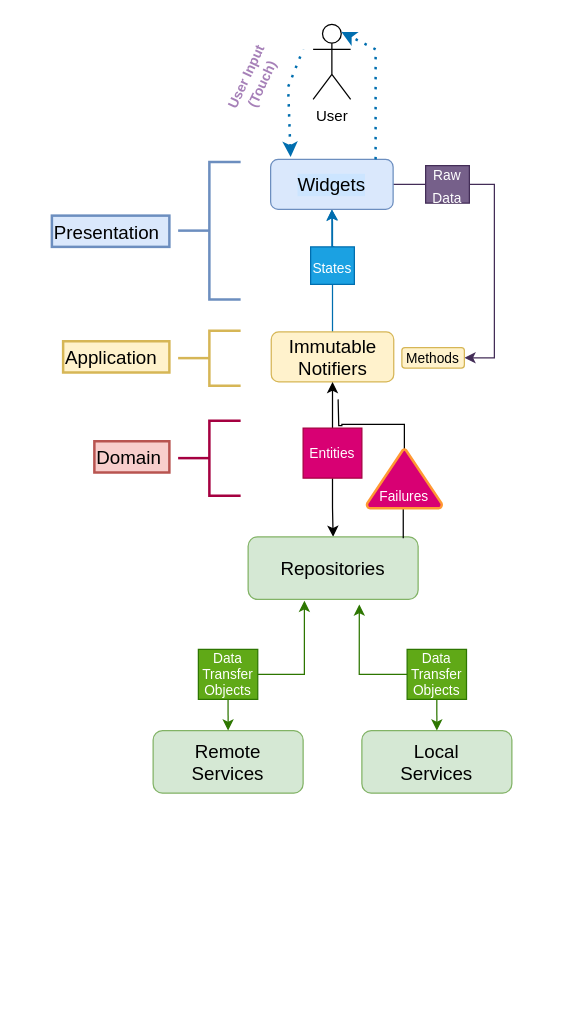
Before: flutter_architecture.drawio in jeks0n/flutter_architecture, a draw.io diagram. Source tidied: cells renumbered, new cells numbered last; positions are measured from the earlier drawing's top-left corner, leaving out a move shared by most shapes. Both pictures are drawn from the tidied source at 125%, with x=0, y=0 at pixel (51, 24).
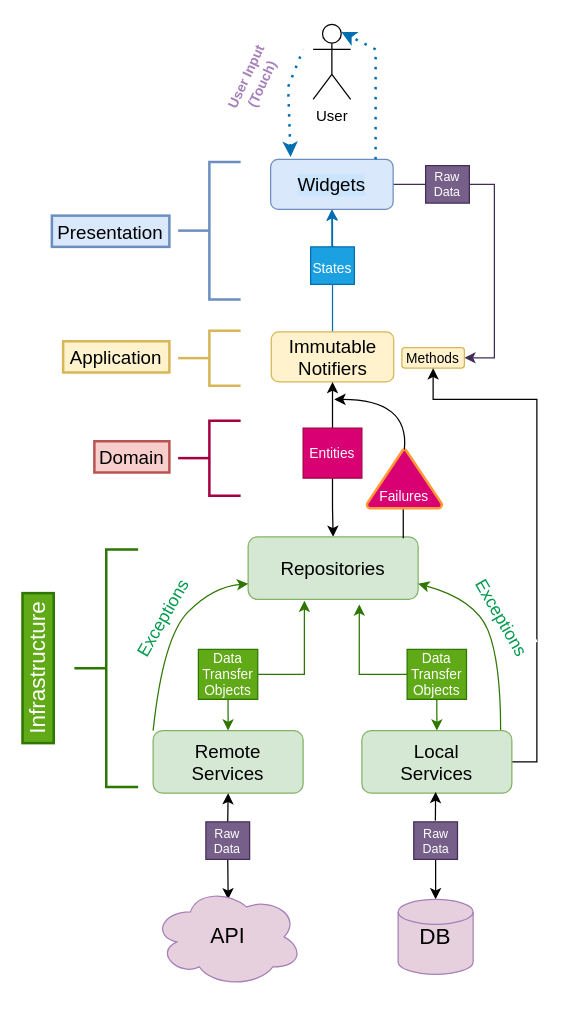
The same diagram, later.

The change refers to these unchanged cells:
```xml
<mxCell id="16" value="Methods" style="whiteSpace=wrap;html=1;fontSize=11;fillColor=#fff2cc;strokeColor=#d6b656;rounded=1;labelBackgroundColor=none;" parent="1" vertex="1">
  <mxGeometry x="280" y="258.5" width="50" height="16.5" as="geometry" />
</mxCell>
<mxCell id="25" value="&lt;font style=&quot;font-size: 15px;&quot;&gt;Repositories&lt;br&gt;&lt;/font&gt;" style="rounded=1;whiteSpace=wrap;html=1;labelBackgroundColor=none;fontSize=11;fillColor=#d5e8d4;strokeColor=#82b366;" parent="1" vertex="1">
  <mxGeometry x="157" y="410" width="136" height="50" as="geometry" />
</mxCell>
<mxCell id="28" value="Failures" style="strokeWidth=2;html=1;shape=mxgraph.flowchart.extract_or_measurement;whiteSpace=wrap;labelBackgroundColor=none;fontSize=11;fontColor=#ffffff;fillColor=#d80073;strokeColor=#FF9933;verticalAlign=bottom;" parent="1" vertex="1">
  <mxGeometry x="252" y="340" width="60" height="47" as="geometry" />
</mxCell>
<mxCell id="29" value="&lt;font style=&quot;font-size: 15px;&quot;&gt;Remote&lt;br&gt;Services&lt;br&gt;&lt;/font&gt;" style="rounded=1;whiteSpace=wrap;html=1;labelBackgroundColor=none;fontSize=11;fillColor=#d5e8d4;strokeColor=#82b366;" parent="1" vertex="1">
  <mxGeometry x="81" y="565" width="120" height="50" as="geometry" />
</mxCell>
<mxCell id="30" value="&lt;font style=&quot;font-size: 15px;&quot;&gt;Local&lt;br&gt;Services&lt;br&gt;&lt;/font&gt;" style="rounded=1;whiteSpace=wrap;html=1;labelBackgroundColor=none;fontSize=11;fillColor=#d5e8d4;strokeColor=#82b366;" parent="1" vertex="1">
  <mxGeometry x="248" y="565" width="120" height="50" as="geometry" />
</mxCell>
```

The edit, as a diff of the source:
```diff
@@
-    <mxCell id="4" value="&lt;font color=&quot;#000000&quot; style=&quot;font-size: 15px;&quot;&gt;Presentation&lt;/font&gt;" style="whiteSpace=wrap;html=1;align=left;fillColor=#dae8fc;strokeColor=#6c8ebf;strokeWidth=2;" parent="1" vertex="1">
+    <mxCell id="4" value="&lt;font color=&quot;#000000&quot; style=&quot;font-size: 15px;&quot;&gt;Presentation&lt;/font&gt;" style="whiteSpace=wrap;html=1;align=center;fillColor=#dae8fc;strokeColor=#6c8ebf;strokeWidth=2;" parent="1" vertex="1">
       <mxGeometry y="153" width="94" height="25" as="geometry" />
     </mxCell>
@@
-    <mxCell id="13" value="&lt;font color=&quot;#000000&quot; style=&quot;font-size: 15px;&quot;&gt;Application&lt;/font&gt;" style="whiteSpace=wrap;html=1;align=left;fillColor=#fff2cc;strokeColor=#d6b656;strokeWidth=2;" parent="1" vertex="1">
+    <mxCell id="13" value="&lt;font color=&quot;#000000&quot; style=&quot;font-size: 15px;&quot;&gt;Application&lt;/font&gt;" style="whiteSpace=wrap;html=1;align=center;fillColor=#fff2cc;strokeColor=#d6b656;strokeWidth=2;" parent="1" vertex="1">
       <mxGeometry x="9" y="253.5" width="85" height="25" as="geometry" />
     </mxCell>
@@
-    <mxCell id="15" value="&lt;font style=&quot;font-size: 11px; line-height: 1;&quot;&gt;Raw Data&lt;/font&gt;" style="rounded=0;whiteSpace=wrap;html=1;fontSize=15;fontColor=#ffffff;fillColor=#76608a;strokeColor=#432D57;" parent="1" vertex="1">
+    <mxCell id="15" value="&lt;font style=&quot;font-size: 10px; line-height: 1;&quot;&gt;Raw Data&lt;/font&gt;" style="rounded=0;whiteSpace=wrap;html=1;fontSize=10;fontColor=#ffffff;fillColor=#76608a;strokeColor=#432D57;" parent="1" vertex="1">
       <mxGeometry x="299" y="113" width="35" height="30" as="geometry" />
     </mxCell>
@@
-    <mxCell id="24" value="&lt;font color=&quot;#000000&quot; style=&quot;font-size: 15px;&quot;&gt;Domain&lt;/font&gt;" style="whiteSpace=wrap;html=1;align=left;fillColor=#f8cecc;strokeColor=#b85450;strokeWidth=2;" parent="1" vertex="1">
+    <mxCell id="24" value="&lt;font color=&quot;#000000&quot; style=&quot;font-size: 15px;&quot;&gt;Domain&lt;/font&gt;" style="whiteSpace=wrap;html=1;align=center;fillColor=#f8cecc;strokeColor=#b85450;strokeWidth=2;" parent="1" vertex="1">
       <mxGeometry x="34" y="333.5" width="60" height="25" as="geometry" />
     </mxCell>
@@
-    <mxCell id="27" style="edgeStyle=orthogonalEdgeStyle;rounded=0;jettySize=auto;html=1;exitX=0.5;exitY=0;exitDx=0;exitDy=0;exitPerimeter=0;fontSize=11;fontColor=#A680B8;startArrow=none;startFill=0;endArrow=none;endFill=0;" parent="1" edge="1" source="28">
-      <mxGeometry relative="1" as="geometry">
-        <mxPoint x="229" y="300" as="targetPoint" />
-      </mxGeometry>
-    </mxCell>
@@
+    <mxCell id="37" style="edgeStyle=orthogonalEdgeStyle;rounded=0;jettySize=auto;html=1;exitX=1;exitY=0.5;exitDx=0;exitDy=0;entryX=0.5;entryY=1;entryDx=0;entryDy=0;fontSize=14;fontColor=#00994D;startArrow=none;startFill=0;endArrow=classic;endFill=1;strokeColor=#000000;" parent="1" edge="1" source="30" target="16">
+      <mxGeometry relative="1" as="geometry">
+        <Array as="points">
+          <mxPoint x="388" y="590" />
+          <mxPoint x="388" y="300" />
+          <mxPoint x="305" y="300" />
+        </Array>
+      </mxGeometry>
+    </mxCell>
@@
+    <mxCell id="38" style="strokeWidth=2;html=1;shape=mxgraph.flowchart.annotation_2;align=left;labelPosition=right;fillColor=#60a917;strokeColor=#2D7600;fontColor=#ffffff;" parent="1" vertex="1">
+      <mxGeometry x="18" y="420" width="51" height="190" as="geometry" />
+    </mxCell>
+    <mxCell id="39" value="&lt;font style=&quot;font-size: 18px;&quot;&gt;Infrastructure&lt;/font&gt;" style="whiteSpace=wrap;html=1;align=center;fillColor=#60a917;strokeColor=#2D7600;strokeWidth=2;rotation=-90;fontColor=#ffffff;" parent="1" vertex="1">
+      <mxGeometry x="-71" y="502.5" width="120" height="25" as="geometry" />
+    </mxCell>
+    <mxCell id="40" value="Exceptions" style="text;html=1;strokeColor=#FFFFFF;fillColor=#FFFFFF;align=center;verticalAlign=middle;whiteSpace=wrap;rounded=0;labelBackgroundColor=none;fontSize=14;fontColor=#00994D;rotation=-60;" parent="1" vertex="1">
+      <mxGeometry x="59.2" y="460" width="60" height="30" as="geometry" />
+    </mxCell>
+    <mxCell id="41" style="curved=1;endArrow=classic;html=1;rounded=0;fontSize=18;fontColor=#000000;exitX=0;exitY=0;exitDx=0;exitDy=0;entryX=0;entryY=0.75;entryDx=0;entryDy=0;fillColor=#60a917;strokeColor=#2D7600;" parent="1" edge="1" source="29" target="25">
+      <mxGeometry relative="1" as="geometry">
+        <Array as="points">
+          <mxPoint x="89" y="490" />
+          <mxPoint x="129" y="450" />
+        </Array>
+      </mxGeometry>
+    </mxCell>
+    <mxCell id="42" value="Exceptions" style="text;html=1;strokeColor=#FFFFFF;fillColor=#FFFFFF;align=center;verticalAlign=middle;whiteSpace=wrap;rounded=0;labelBackgroundColor=none;fontSize=14;fontColor=#00994D;rotation=60;" parent="1" vertex="1">
+      <mxGeometry x="330" y="460" width="60" height="30" as="geometry" />
+    </mxCell>
+    <mxCell id="43" style="curved=1;endArrow=classic;html=1;rounded=0;fontSize=18;fontColor=#000000;exitX=0;exitY=0;exitDx=0;exitDy=0;entryX=1;entryY=0.75;entryDx=0;entryDy=0;fillColor=#60a917;strokeColor=#2D7600;" parent="1" edge="1" target="25">
+      <mxGeometry relative="1" as="geometry">
+        <mxPoint x="359" y="564.5" as="sourcePoint" />
+        <Array as="points">
+          <mxPoint x="359" y="510" />
+          <mxPoint x="339" y="460" />
+        </Array>
+      </mxGeometry>
+    </mxCell>
+    <mxCell id="44" style="curved=1;endArrow=classic;html=1;rounded=0;fontSize=18;fontColor=#000000;fillColor=#60a917;strokeColor=#000000;exitX=0.5;exitY=0;exitDx=0;exitDy=0;exitPerimeter=0;" parent="1" edge="1" source="28">
+      <mxGeometry relative="1" as="geometry">
+        <mxPoint x="226" y="300" as="targetPoint" />
+        <Array as="points">
+          <mxPoint x="286" y="300" />
+        </Array>
+      </mxGeometry>
+    </mxCell>
+    <mxCell id="45" style="edgeStyle=orthogonalEdgeStyle;rounded=0;jettySize=auto;html=1;exitX=0.5;exitY=0;exitDx=0;exitDy=0;entryX=0.5;entryY=1;entryDx=0;entryDy=0;fontSize=10;fontColor=#00994D;startArrow=none;startFill=0;endArrow=classic;endFill=1;strokeColor=#000000;" parent="1" edge="1" source="47" target="29">
+      <mxGeometry relative="1" as="geometry" />
+    </mxCell>
+    <mxCell id="46" style="edgeStyle=orthogonalEdgeStyle;rounded=0;jettySize=auto;html=1;exitX=0.5;exitY=1;exitDx=0;exitDy=0;entryX=0.502;entryY=0.125;entryDx=0;entryDy=0;entryPerimeter=0;fontSize=17;fontColor=#000000;startArrow=none;startFill=0;endArrow=classic;endFill=1;strokeColor=#000000;" parent="1" edge="1" source="47" target="52">
+      <mxGeometry relative="1" as="geometry" />
+    </mxCell>
+    <mxCell id="47" value="&lt;font style=&quot;font-size: 10px; line-height: 1;&quot;&gt;Raw Data&lt;/font&gt;" style="rounded=0;whiteSpace=wrap;html=1;fontSize=10;fontColor=#ffffff;fillColor=#76608a;strokeColor=#432D57;" parent="1" vertex="1">
+      <mxGeometry x="123.2" y="638" width="35" height="30" as="geometry" />
+    </mxCell>
+    <mxCell id="48" style="edgeStyle=orthogonalEdgeStyle;rounded=0;jettySize=auto;html=1;exitX=0.5;exitY=1;exitDx=0;exitDy=0;entryX=0.5;entryY=0;entryDx=0;entryDy=0;entryPerimeter=0;fontSize=17;fontColor=#000000;startArrow=none;startFill=0;endArrow=classic;endFill=1;strokeColor=#000000;" parent="1" edge="1" source="49" target="51">
+      <mxGeometry relative="1" as="geometry" />
+    </mxCell>
+    <mxCell id="49" value="&lt;font style=&quot;font-size: 10px; line-height: 1;&quot;&gt;Raw Data&lt;/font&gt;" style="rounded=0;whiteSpace=wrap;html=1;fontSize=10;fontColor=#ffffff;fillColor=#76608a;strokeColor=#432D57;" parent="1" vertex="1">
+      <mxGeometry x="289.5" y="638" width="35" height="30" as="geometry" />
+    </mxCell>
+    <mxCell id="50" style="edgeStyle=orthogonalEdgeStyle;rounded=0;orthogonalLoop=1;jettySize=auto;html=1;exitX=0.5;exitY=0;exitDx=0;exitDy=0;entryX=0.5;entryY=1;entryDx=0;entryDy=0;fontSize=10;fontColor=#00994D;startArrow=none;startFill=0;endArrow=classic;endFill=1;strokeColor=#000000;" parent="1" edge="1">
+      <mxGeometry relative="1" as="geometry">
+        <mxPoint x="306.8" y="637" as="sourcePoint" />
+        <mxPoint x="307" y="614" as="targetPoint" />
+      </mxGeometry>
+    </mxCell>
+    <mxCell id="51" value="&lt;font style=&quot;font-size: 18px;&quot; color=&quot;#000000&quot;&gt;DB&lt;/font&gt;" style="strokeWidth=1;html=1;shape=mxgraph.flowchart.database;whiteSpace=wrap;labelBackgroundColor=none;fontSize=10;fontColor=#00994D;fillColor=#E6D0DE;strokeColor=#A680B8;" parent="1" vertex="1">
+      <mxGeometry x="277" y="700" width="60" height="60" as="geometry" />
+    </mxCell>
+    <mxCell id="52" value="&lt;font style=&quot;font-size: 17px;&quot; color=&quot;#000000&quot;&gt;API&lt;/font&gt;" style="ellipse;shape=cloud;whiteSpace=wrap;html=1;labelBackgroundColor=none;fontSize=10;fontColor=#00994D;strokeColor=#A680B8;fillColor=#E6D0DE;" parent="1" vertex="1">
+      <mxGeometry x="80.8" y="690" width="120" height="80" as="geometry" />
+    </mxCell>
```
